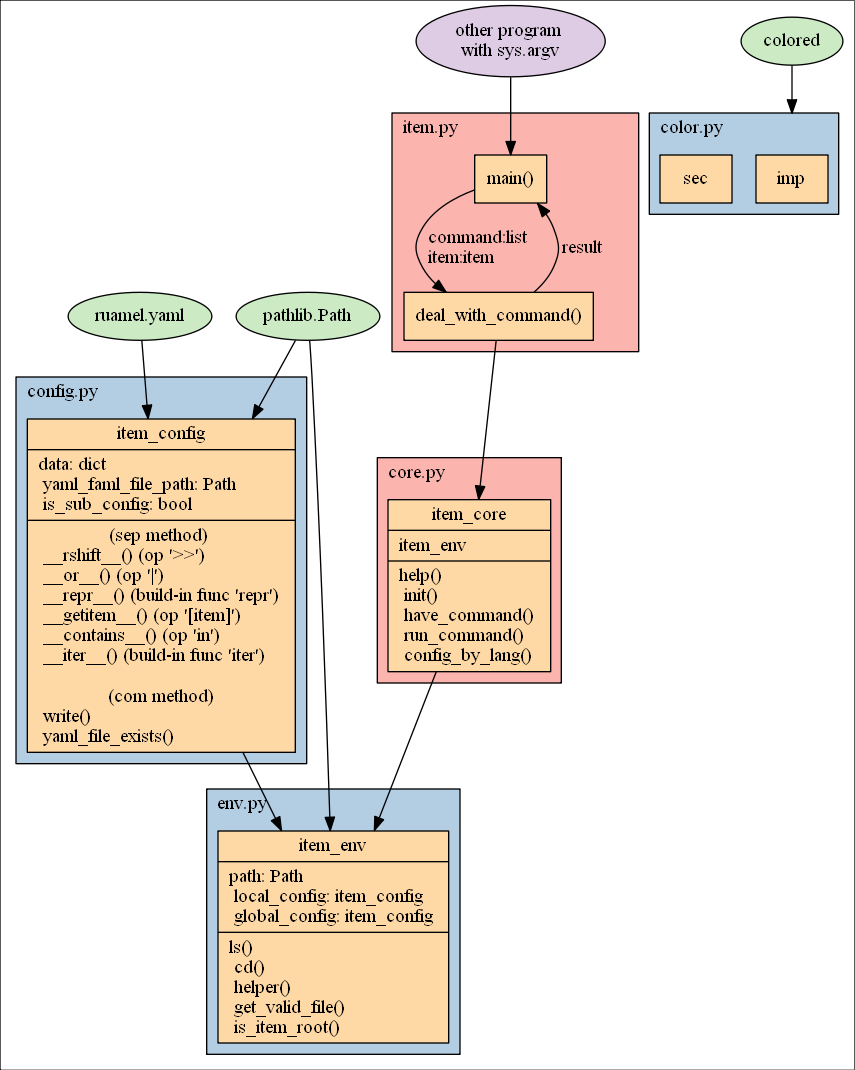
Earlier version of the Graphviz export doc/res/programUML.png (PeterlitsZo/item). Its source is kept beside it as doc/res/programUML.dot.
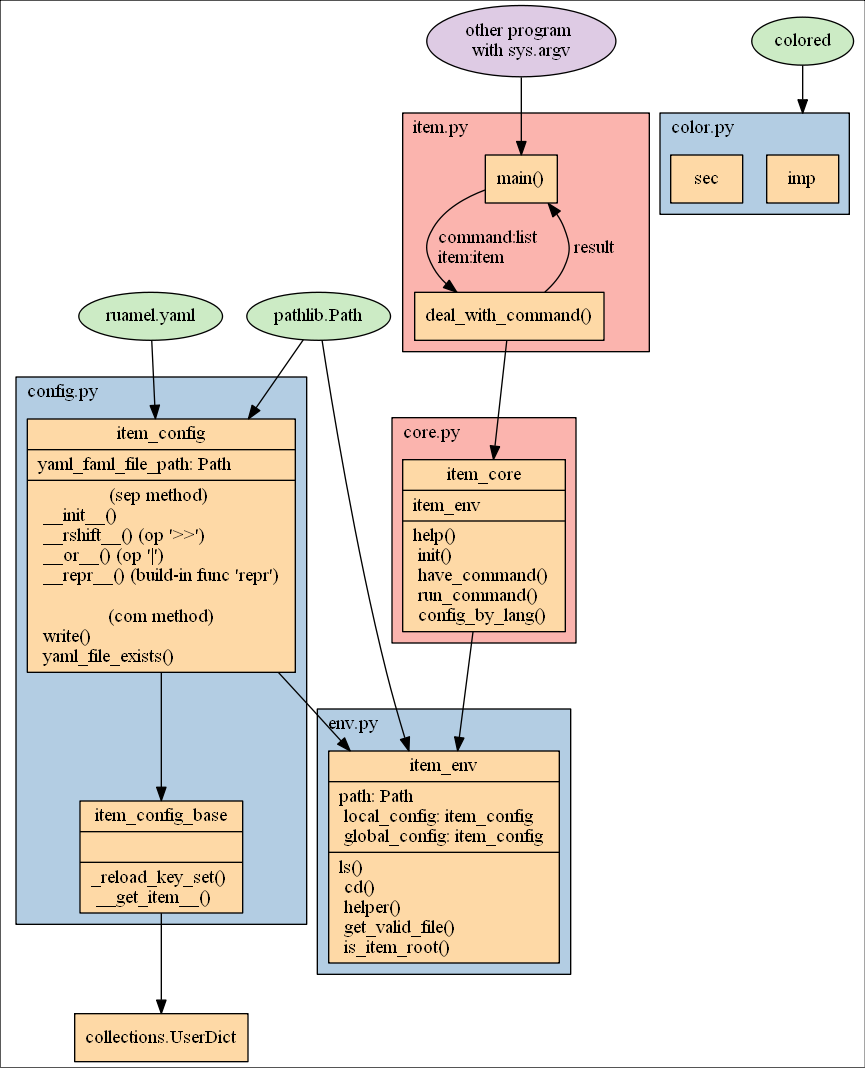
After the commit.

Commit message:
reload UML pic

Change to the diagram source:
```diff
@@ -7,6 +7,7 @@
     ruamel_yaml [label="ruamel.yaml", fillcolor=3]
     colored [label="colored", fillcolor=3]
     pathlib_Path [label="pathlib.Path", fillcolor=3]
+    user_dict [label="collections.UserDict", shape=record]
 
     argv [label="other program \nwith sys.argv", fillcolor=4]
 
@@ -46,23 +47,28 @@
     }
 
     subgraph cluster_config{
-        item_config [label="{item_config| data: dict
-                             \l yaml_faml_file_path: Path
-                             \l is_sub_config: bool
+        item_config [label="{item_config| yaml_faml_file_path: Path
                             \l| (sep method)
-                             \n __rshift__() (op '\>\>')
+                             \n __init__()
+                             \l __rshift__() (op '\>\>')
                              \l __or__() (op '\|')
                              \l __repr__() (build-in func 'repr')
-                             \l __getitem__() (op '[item]')
-                             \l __contains__() (op 'in')
-                             \l __iter__() (build-in func 'iter')
                            \l\n (com method)
                              \n write()
                              \l yaml_file_exists()
                              \l}", shape=record];
+
+        item_config_base [label="{item_config_base|
+                            | _reload_key_set()
+                            \l __get_item__()
+                            \l}", shape=record]
         label = "config.py";
         bgcolor = 2;
+
+        item_config -> item_config_base
     }
+
+    item_config_base -> user_dict
 
     subgraph cluster_color{
         imp [label="{imp}", shape="record"];
```
